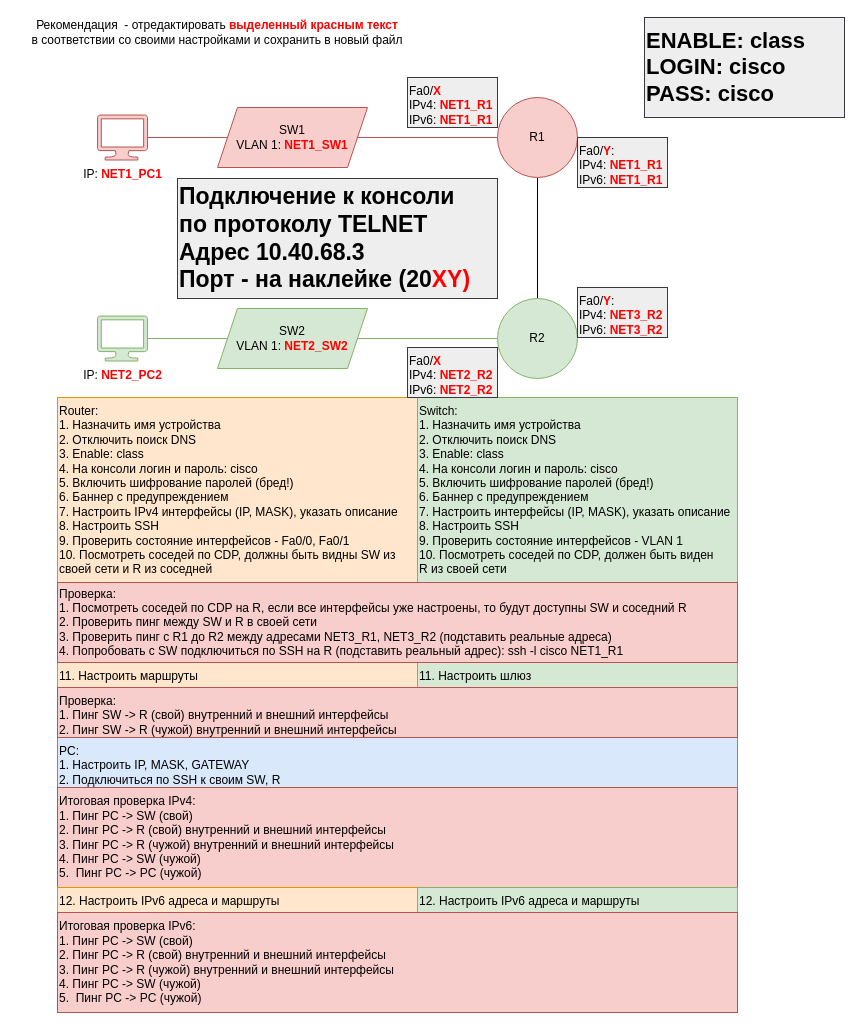
plazmer/Diagrams.Net keeps this draw.io diagram as CiscoNET.drawio. Above is the earlier version. Source tidied: cells renumbered, new cells numbered last; positions are measured from the earlier drawing's top-left corner, leaving out a move shared by most shapes. Both pictures are drawn from the tidied source at 100%, with x=0, y=0 at pixel (17, 17).
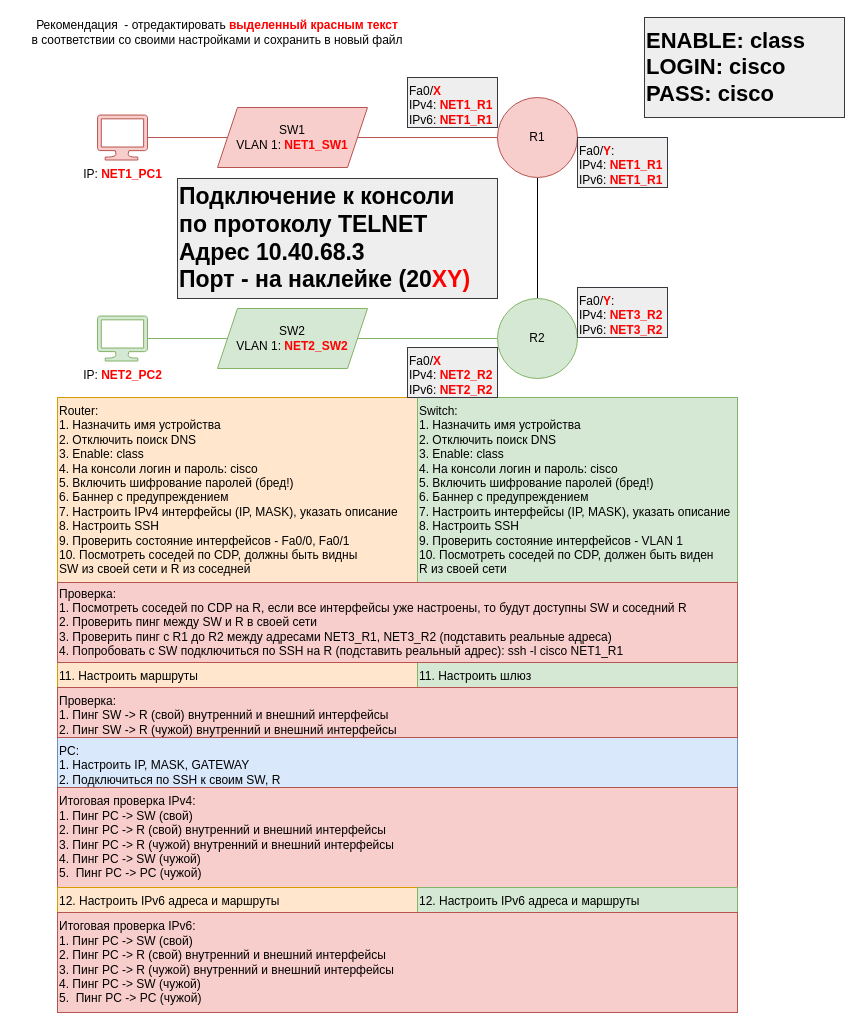
After the change.

Diff of the diagram source:
```diff
@@
-    <mxCell id="21" value="Router:&lt;br&gt;1. Назначить имя устройства&lt;br&gt;2. Отключить поиск DNS&lt;br&gt;3. Enable: class&lt;br&gt;4. На консоли логин и пароль: cisco&lt;br&gt;5. Включить шифрование паролей (бред!)&lt;br&gt;6. Баннер с предупреждением&lt;br&gt;7. Настроить IPv4 интерфейсы (IP, MASK), указать описание&lt;br&gt;8. Настроить SSH&lt;br&gt;9. Проверить состояние интерфейсов -&amp;nbsp;Fa0/0, Fa0/1&lt;br&gt;10. Посмотреть соседей по CDP, должны быть видны SW из своей сети и R из соседней" style="text;html=1;strokeColor=#d79b00;fillColor=#ffe6cc;align=left;verticalAlign=top;whiteSpace=wrap;rounded=0;" parent="1" vertex="1">
+    <mxCell id="21" value="Router:&lt;br&gt;1. Назначить имя устройства&lt;br&gt;2. Отключить поиск DNS&lt;br&gt;3. Enable: class&lt;br&gt;4. На консоли логин и пароль: cisco&lt;br&gt;5. Включить шифрование паролей (бред!)&lt;br&gt;6. Баннер с предупреждением&lt;br&gt;7. Настроить IPv4 интерфейсы (IP, MASK), указать описание&lt;br&gt;8. Настроить SSH&lt;br&gt;9. Проверить состояние интерфейсов -&amp;nbsp;Fa0/0, Fa0/1&lt;br&gt;10. Посмотреть соседей по CDP, должны быть видны &lt;br&gt;SW из своей сети и R из соседней" style="text;html=1;strokeColor=#d79b00;fillColor=#ffe6cc;align=left;verticalAlign=top;whiteSpace=wrap;rounded=0;" parent="1" vertex="1">
       <mxGeometry x="40" y="380" width="360" height="190" as="geometry" />
     </mxCell>
```
